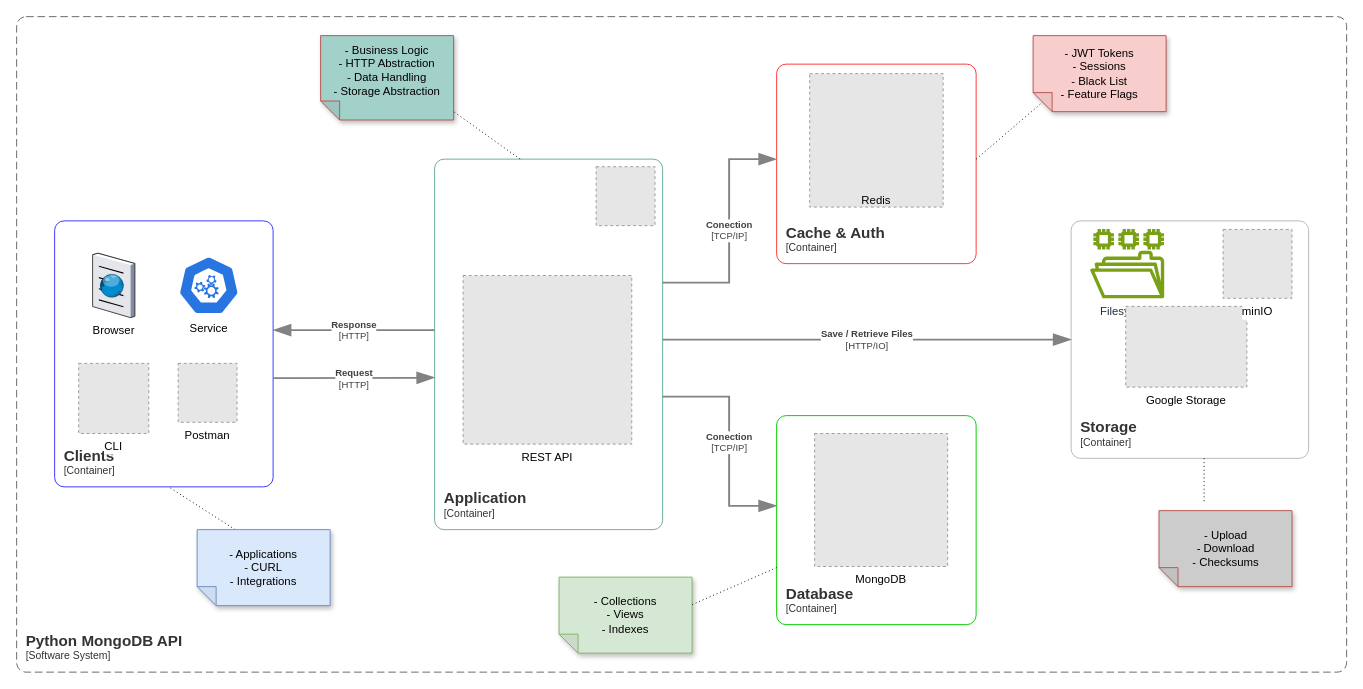
ortiz-python-templates/python-mongodb-api keeps this draw.io diagram as page "Architecture - Tools" (1 of 2) of docs/diagrams/python-mongodb-api.drawio. Above is the earlier version. Source tidied: cells renumbered, new cells numbered last; positions are measured from the earlier drawing's top-left corner, leaving out a move shared by most shapes. Both pictures are drawn from the tidied source at 95%, with x=0, y=0 at pixel (16, 16). Pictures stored in the file or linked from it are replaced by grey dashed boxes.
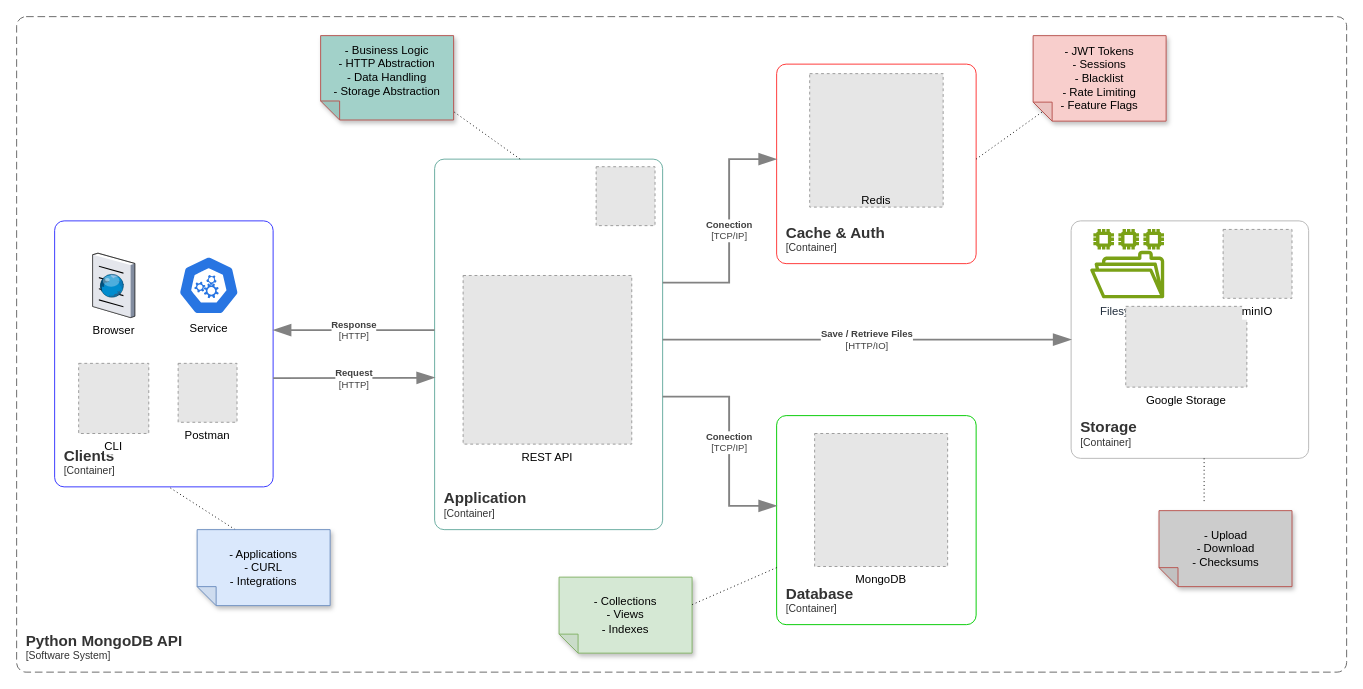
Above is the later version.

Commit message (it also covers changes not shown here):
changed architecture design

The edit, as a diff of the source:
```diff
@@
-    <mxCell id="24" value="- JWT Tokens&lt;br&gt;- Sessions&lt;br&gt;- Black List&lt;br&gt;- Feature Flags" style="shape=note;whiteSpace=wrap;html=1;backgroundOutline=1;darkOpacity=0.05;fillColor=#f8cecc;strokeColor=#b85450;fillStyle=solid;direction=west;gradientDirection=north;shadow=1;size=20;" parent="1" vertex="1">
-      <mxGeometry x="1070" y="20" width="140" height="80" as="geometry" />
+    <mxCell id="24" value="- JWT Tokens&lt;br&gt;- Sessions&lt;br&gt;- Blacklist&lt;div&gt;- Rate Limiting&lt;br&gt;- Feature Flags&lt;/div&gt;" style="shape=note;whiteSpace=wrap;html=1;backgroundOutline=1;darkOpacity=0.05;fillColor=#f8cecc;strokeColor=#b85450;fillStyle=solid;direction=west;gradientDirection=north;shadow=1;size=20;" parent="1" vertex="1">
+      <mxGeometry x="1070" y="20" width="140" height="90" as="geometry" />
     </mxCell>
```
